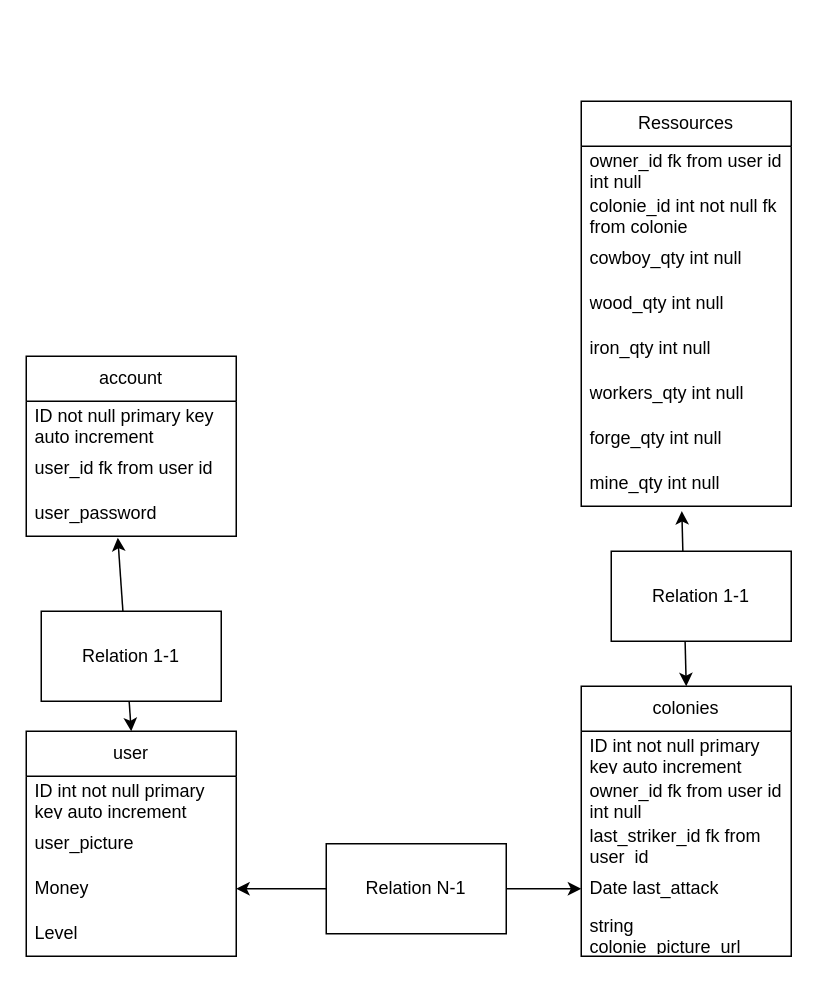
Before: Base de donnée farwest.drawio in mathiasSuchail/diagram, a draw.io diagram. Source tidied: cells renumbered, new cells numbered last; positions are measured from the earlier drawing's top-left corner, leaving out a move shared by most shapes. Both pictures are drawn from the tidied source at 150%, with x=0, y=0 at pixel (26, 100).
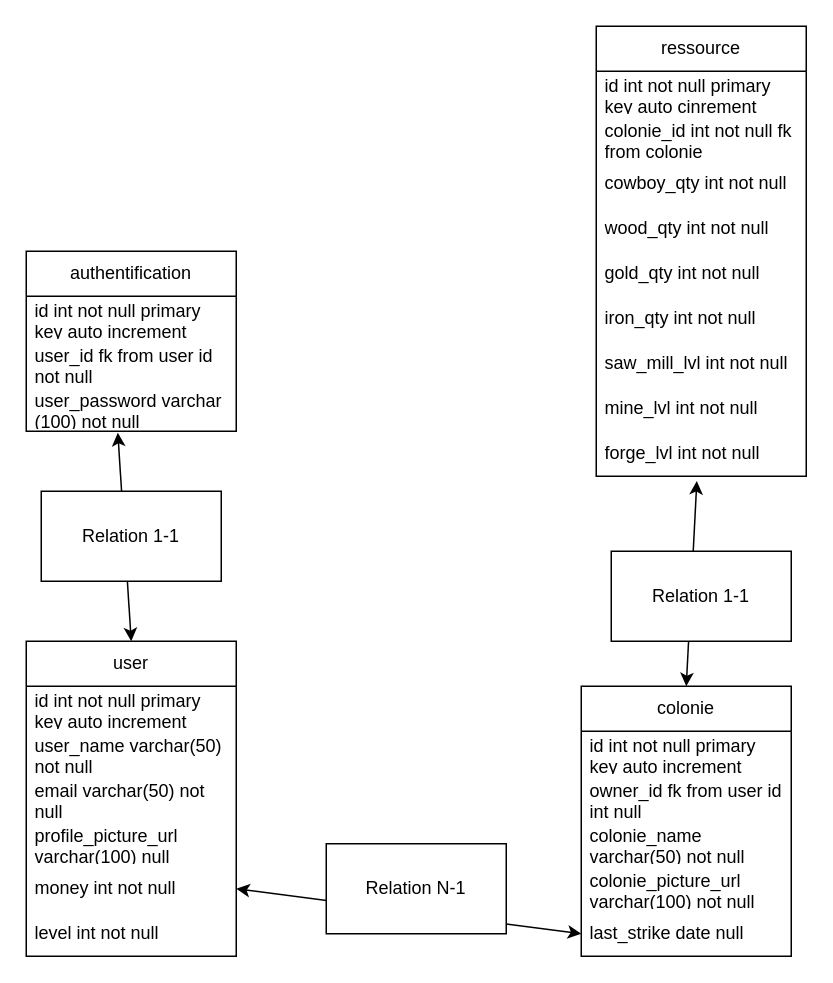
The same page after the edit.

Commit message:
Mettre à jour Base de donnée farwest.drawio

Diff of the diagram source:
```diff
@@
     <mxCell id="2" value="user" style="swimlane;fontStyle=0;horizontal=1;startSize=30;whiteSpace=wrap;html=1;" parent="1" vertex="1">
-      <mxGeometry y="420" width="140" height="150" as="geometry" />
+      <mxGeometry y="360" width="140" height="210" as="geometry" />
     </mxCell>
-    <mxCell id="3" value="ID int not null primary key auto increment " style="text;strokeColor=none;fillColor=none;align=left;verticalAlign=middle;spacingLeft=4;spacingRight=4;overflow=hidden;whiteSpace=wrap;html=1;" parent="2" vertex="1">
+    <mxCell id="3" value="id int not null primary key auto increment " style="text;strokeColor=none;fillColor=none;align=left;verticalAlign=middle;spacingLeft=4;spacingRight=4;overflow=hidden;whiteSpace=wrap;html=1;" parent="2" vertex="1">
       <mxGeometry y="30" width="140" height="30" as="geometry" />
     </mxCell>
+    <mxCell id="32" value="user_name varchar(50)&amp;nbsp; not null" style="text;strokeColor=none;fillColor=none;align=left;verticalAlign=middle;spacingLeft=4;spacingRight=4;overflow=hidden;whiteSpace=wrap;html=1;" parent="2" vertex="1">
+      <mxGeometry y="60" width="140" height="30" as="geometry" />
+    </mxCell>
+    <mxCell id="33" value="email varchar(50) not null" style="text;strokeColor=none;fillColor=none;align=left;verticalAlign=middle;spacingLeft=4;spacingRight=4;overflow=hidden;whiteSpace=wrap;html=1;" parent="2" vertex="1">
+      <mxGeometry y="90" width="140" height="30" as="geometry" />
+    </mxCell>
-    <mxCell id="4" value="user_picture" style="text;strokeColor=none;fillColor=none;align=left;verticalAlign=middle;spacingLeft=4;spacingRight=4;overflow=hidden;whiteSpace=wrap;html=1;" parent="2" vertex="1">
-      <mxGeometry y="60" width="140" height="30" as="geometry" />
+    <mxCell id="4" value="profile_picture_url varchar(100) null" style="text;strokeColor=none;fillColor=none;align=left;verticalAlign=middle;spacingLeft=4;spacingRight=4;overflow=hidden;whiteSpace=wrap;html=1;" parent="2" vertex="1">
+      <mxGeometry y="120" width="140" height="30" as="geometry" />
     </mxCell>
-    <mxCell id="5" value="Money" style="text;strokeColor=none;fillColor=none;align=left;verticalAlign=middle;spacingLeft=4;spacingRight=4;overflow=hidden;points=[[0,0.5],[1,0.5]];portConstraint=eastwest;whiteSpace=wrap;html=1;" parent="2" vertex="1">
-      <mxGeometry y="90" width="140" height="30" as="geometry" />
+    <mxCell id="5" value="money int not null" style="text;strokeColor=none;fillColor=none;align=left;verticalAlign=middle;spacingLeft=4;spacingRight=4;overflow=hidden;points=[[0,0.5],[1,0.5]];portConstraint=eastwest;whiteSpace=wrap;html=1;" parent="2" vertex="1">
+      <mxGeometry y="150" width="140" height="30" as="geometry" />
     </mxCell>
-    <mxCell id="6" value="Level" style="text;strokeColor=none;fillColor=none;align=left;verticalAlign=middle;spacingLeft=4;spacingRight=4;overflow=hidden;whiteSpace=wrap;html=1;" parent="2" vertex="1">
-      <mxGeometry y="120" width="140" height="30" as="geometry" />
+    <mxCell id="6" value="level int not null" style="text;strokeColor=none;fillColor=none;align=left;verticalAlign=middle;spacingLeft=4;spacingRight=4;overflow=hidden;whiteSpace=wrap;html=1;" parent="2" vertex="1">
+      <mxGeometry y="180" width="140" height="30" as="geometry" />
     </mxCell>
-    <mxCell id="7" value="account" style="swimlane;fontStyle=0;horizontal=1;startSize=30;whiteSpace=wrap;html=1;" parent="1" vertex="1">
-      <mxGeometry y="170" width="140" height="120" as="geometry" />
+    <mxCell id="7" value="&lt;div&gt;authentification&lt;/div&gt;" style="swimlane;fontStyle=0;horizontal=1;startSize=30;whiteSpace=wrap;html=1;" parent="1" vertex="1">
+      <mxGeometry y="100" width="140" height="120" as="geometry" />
     </mxCell>
-    <mxCell id="8" value="ID not null primary key auto increment " style="text;strokeColor=none;fillColor=none;align=left;verticalAlign=middle;spacingLeft=4;spacingRight=4;overflow=hidden;whiteSpace=wrap;html=1;" parent="7" vertex="1">
+    <mxCell id="8" value="id int not null primary key auto increment" style="text;strokeColor=none;fillColor=none;align=left;verticalAlign=middle;spacingLeft=4;spacingRight=4;overflow=hidden;whiteSpace=wrap;html=1;" parent="7" vertex="1">
       <mxGeometry y="30" width="140" height="30" as="geometry" />
     </mxCell>
-    <mxCell id="9" value="user_id fk from user id" style="text;strokeColor=none;fillColor=none;align=left;verticalAlign=middle;spacingLeft=4;spacingRight=4;overflow=hidden;whiteSpace=wrap;html=1;" parent="7" vertex="1">
+    <mxCell id="9" value="user_id fk from user id not null" style="text;strokeColor=none;fillColor=none;align=left;verticalAlign=middle;spacingLeft=4;spacingRight=4;overflow=hidden;whiteSpace=wrap;html=1;" parent="7" vertex="1">
       <mxGeometry y="60" width="140" height="30" as="geometry" />
     </mxCell>
-    <mxCell id="10" value="user_password" style="text;strokeColor=none;fillColor=none;align=left;verticalAlign=middle;spacingLeft=4;spacingRight=4;overflow=hidden;points=[[0,0.5],[1,0.5]];portConstraint=eastwest;whiteSpace=wrap;html=1;" parent="7" vertex="1">
+    <mxCell id="10" value="user_password varchar (100) not null" style="text;strokeColor=none;fillColor=none;align=left;verticalAlign=middle;spacingLeft=4;spacingRight=4;overflow=hidden;points=[[0,0.5],[1,0.5]];portConstraint=eastwest;whiteSpace=wrap;html=1;" parent="7" vertex="1">
       <mxGeometry y="90" width="140" height="30" as="geometry" />
     </mxCell>
@@
     <mxCell id="12" value="Relation 1-1" style="rounded=0;whiteSpace=wrap;html=1;" parent="1" vertex="1">
-      <mxGeometry x="10" y="340" width="120" height="60" as="geometry" />
+      <mxGeometry x="10" y="260" width="120" height="60" as="geometry" />
     </mxCell>
-    <mxCell id="13" value="colonies" style="swimlane;fontStyle=0;horizontal=1;startSize=30;whiteSpace=wrap;html=1;" parent="1" vertex="1">
+    <mxCell id="13" value="colonie" style="swimlane;fontStyle=0;horizontal=1;startSize=30;whiteSpace=wrap;html=1;" parent="1" vertex="1">
       <mxGeometry x="370" y="390" width="140" height="180" as="geometry" />
     </mxCell>
-    <mxCell id="14" value="ID int not null primary key auto increment " style="text;strokeColor=none;fillColor=none;align=left;verticalAlign=middle;spacingLeft=4;spacingRight=4;overflow=hidden;whiteSpace=wrap;html=1;" parent="13" vertex="1">
+    <mxCell id="14" value="id int not null primary key auto increment " style="text;strokeColor=none;fillColor=none;align=left;verticalAlign=middle;spacingLeft=4;spacingRight=4;overflow=hidden;whiteSpace=wrap;html=1;" parent="13" vertex="1">
       <mxGeometry y="30" width="140" height="30" as="geometry" />
     </mxCell>
@@
-    <mxCell id="16" value="last_striker_id fk from user_id" style="text;strokeColor=none;fillColor=none;align=left;verticalAlign=middle;spacingLeft=4;spacingRight=4;overflow=hidden;whiteSpace=wrap;html=1;" parent="13" vertex="1">
-      <mxGeometry y="90" width="140" height="30" as="geometry" />
-    </mxCell>
+    <mxCell id="34" value="colonie_name varchar(50) not null" style="text;strokeColor=none;fillColor=none;align=left;verticalAlign=middle;spacingLeft=4;spacingRight=4;overflow=hidden;whiteSpace=wrap;html=1;" parent="13" vertex="1">
+      <mxGeometry y="90" width="140" height="30" as="geometry" />
+    </mxCell>
+    <mxCell id="35" value="colonie_picture_url varchar(100) not null" style="text;strokeColor=none;fillColor=none;align=left;verticalAlign=middle;spacingLeft=4;spacingRight=4;overflow=hidden;whiteSpace=wrap;html=1;" parent="13" vertex="1">
+      <mxGeometry y="120" width="140" height="30" as="geometry" />
+    </mxCell>
-    <mxCell id="17" value="Date last_attack" style="text;strokeColor=none;fillColor=none;align=left;verticalAlign=middle;spacingLeft=4;spacingRight=4;overflow=hidden;points=[[0,0.5],[1,0.5]];portConstraint=eastwest;whiteSpace=wrap;html=1;" parent="13" vertex="1">
-      <mxGeometry y="120" width="140" height="30" as="geometry" />
+    <mxCell id="17" value="last_strike date null" style="text;strokeColor=none;fillColor=none;align=left;verticalAlign=middle;spacingLeft=4;spacingRight=4;overflow=hidden;points=[[0,0.5],[1,0.5]];portConstraint=eastwest;whiteSpace=wrap;html=1;" parent="13" vertex="1">
+      <mxGeometry y="150" width="140" height="30" as="geometry" />
     </mxCell>
-    <mxCell id="18" value="string colonie_picture_url" style="text;strokeColor=none;fillColor=none;align=left;verticalAlign=middle;spacingLeft=4;spacingRight=4;overflow=hidden;whiteSpace=wrap;html=1;" parent="13" vertex="1">
-      <mxGeometry y="150" width="140" height="30" as="geometry" />
-    </mxCell>
@@
-    <mxCell id="21" value="Ressources" style="swimlane;fontStyle=0;horizontal=1;startSize=30;whiteSpace=wrap;html=1;" parent="1" vertex="1">
-      <mxGeometry x="370" width="140" height="270" as="geometry" />
+    <mxCell id="21" value="ressource" style="swimlane;fontStyle=0;horizontal=1;startSize=30;whiteSpace=wrap;html=1;" parent="1" vertex="1">
+      <mxGeometry x="380" y="-50" width="140" height="300" as="geometry" />
     </mxCell>
-    <mxCell id="22" value="owner_id fk from user id int null" style="text;strokeColor=none;fillColor=none;align=left;verticalAlign=middle;spacingLeft=4;spacingRight=4;overflow=hidden;whiteSpace=wrap;html=1;" parent="21" vertex="1">
-      <mxGeometry y="30" width="140" height="30" as="geometry" />
-    </mxCell>
+    <mxCell id="36" value="id int not null primary key auto cinrement" style="text;strokeColor=none;fillColor=none;align=left;verticalAlign=middle;spacingLeft=4;spacingRight=4;overflow=hidden;whiteSpace=wrap;html=1;" parent="21" vertex="1">
+      <mxGeometry y="30" width="140" height="30" as="geometry" />
+    </mxCell>
@@
-    <mxCell id="24" value="cowboy_qty int null" style="text;strokeColor=none;fillColor=none;align=left;verticalAlign=middle;spacingLeft=4;spacingRight=4;overflow=hidden;whiteSpace=wrap;html=1;" parent="21" vertex="1">
+    <mxCell id="24" value="cowboy_qty int not null" style="text;strokeColor=none;fillColor=none;align=left;verticalAlign=middle;spacingLeft=4;spacingRight=4;overflow=hidden;whiteSpace=wrap;html=1;" parent="21" vertex="1">
       <mxGeometry y="90" width="140" height="30" as="geometry" />
     </mxCell>
-    <mxCell id="25" value="wood_qty int null" style="text;strokeColor=none;fillColor=none;align=left;verticalAlign=middle;spacingLeft=4;spacingRight=4;overflow=hidden;whiteSpace=wrap;html=1;" parent="21" vertex="1">
+    <mxCell id="25" value="wood_qty int not null" style="text;strokeColor=none;fillColor=none;align=left;verticalAlign=middle;spacingLeft=4;spacingRight=4;overflow=hidden;whiteSpace=wrap;html=1;" parent="21" vertex="1">
       <mxGeometry y="120" width="140" height="30" as="geometry" />
     </mxCell>
+    <mxCell id="37" value="gold_qty int not null" style="text;strokeColor=none;fillColor=none;align=left;verticalAlign=middle;spacingLeft=4;spacingRight=4;overflow=hidden;whiteSpace=wrap;html=1;" parent="21" vertex="1">
+      <mxGeometry y="150" width="140" height="30" as="geometry" />
+    </mxCell>
-    <mxCell id="26" value="&lt;div&gt;iron_qty int null&lt;/div&gt;" style="text;strokeColor=none;fillColor=none;align=left;verticalAlign=middle;spacingLeft=4;spacingRight=4;overflow=hidden;whiteSpace=wrap;html=1;" parent="21" vertex="1">
-      <mxGeometry y="150" width="140" height="30" as="geometry" />
+    <mxCell id="26" value="&lt;div&gt;iron_qty int not null&lt;/div&gt;" style="text;strokeColor=none;fillColor=none;align=left;verticalAlign=middle;spacingLeft=4;spacingRight=4;overflow=hidden;whiteSpace=wrap;html=1;" parent="21" vertex="1">
+      <mxGeometry y="180" width="140" height="30" as="geometry" />
     </mxCell>
-    <mxCell id="27" value="workers_qty int null" style="text;strokeColor=none;fillColor=none;align=left;verticalAlign=middle;spacingLeft=4;spacingRight=4;overflow=hidden;whiteSpace=wrap;html=1;" parent="21" vertex="1">
-      <mxGeometry y="180" width="140" height="30" as="geometry" />
+    <mxCell id="27" value="saw_mill_lvl int not null" style="text;strokeColor=none;fillColor=none;align=left;verticalAlign=middle;spacingLeft=4;spacingRight=4;overflow=hidden;whiteSpace=wrap;html=1;" parent="21" vertex="1">
+      <mxGeometry y="210" width="140" height="30" as="geometry" />
     </mxCell>
-    <mxCell id="28" value="forge_qty int null" style="text;strokeColor=none;fillColor=none;align=left;verticalAlign=middle;spacingLeft=4;spacingRight=4;overflow=hidden;whiteSpace=wrap;html=1;" parent="21" vertex="1">
-      <mxGeometry y="210" width="140" height="30" as="geometry" />
+    <mxCell id="28" value="mine_lvl int not null" style="text;strokeColor=none;fillColor=none;align=left;verticalAlign=middle;spacingLeft=4;spacingRight=4;overflow=hidden;whiteSpace=wrap;html=1;" parent="21" vertex="1">
+      <mxGeometry y="240" width="140" height="30" as="geometry" />
     </mxCell>
-    <mxCell id="29" value="mine_qty int null" style="text;strokeColor=none;fillColor=none;align=left;verticalAlign=middle;spacingLeft=4;spacingRight=4;overflow=hidden;points=[[0,0.5],[1,0.5]];portConstraint=eastwest;whiteSpace=wrap;html=1;" parent="21" vertex="1">
-      <mxGeometry y="240" width="140" height="30" as="geometry" />
+    <mxCell id="29" value="forge_lvl int not null" style="text;strokeColor=none;fillColor=none;align=left;verticalAlign=middle;spacingLeft=4;spacingRight=4;overflow=hidden;points=[[0,0.5],[1,0.5]];portConstraint=eastwest;whiteSpace=wrap;html=1;" parent="21" vertex="1">
+      <mxGeometry y="270" width="140" height="30" as="geometry" />
     </mxCell>
```
